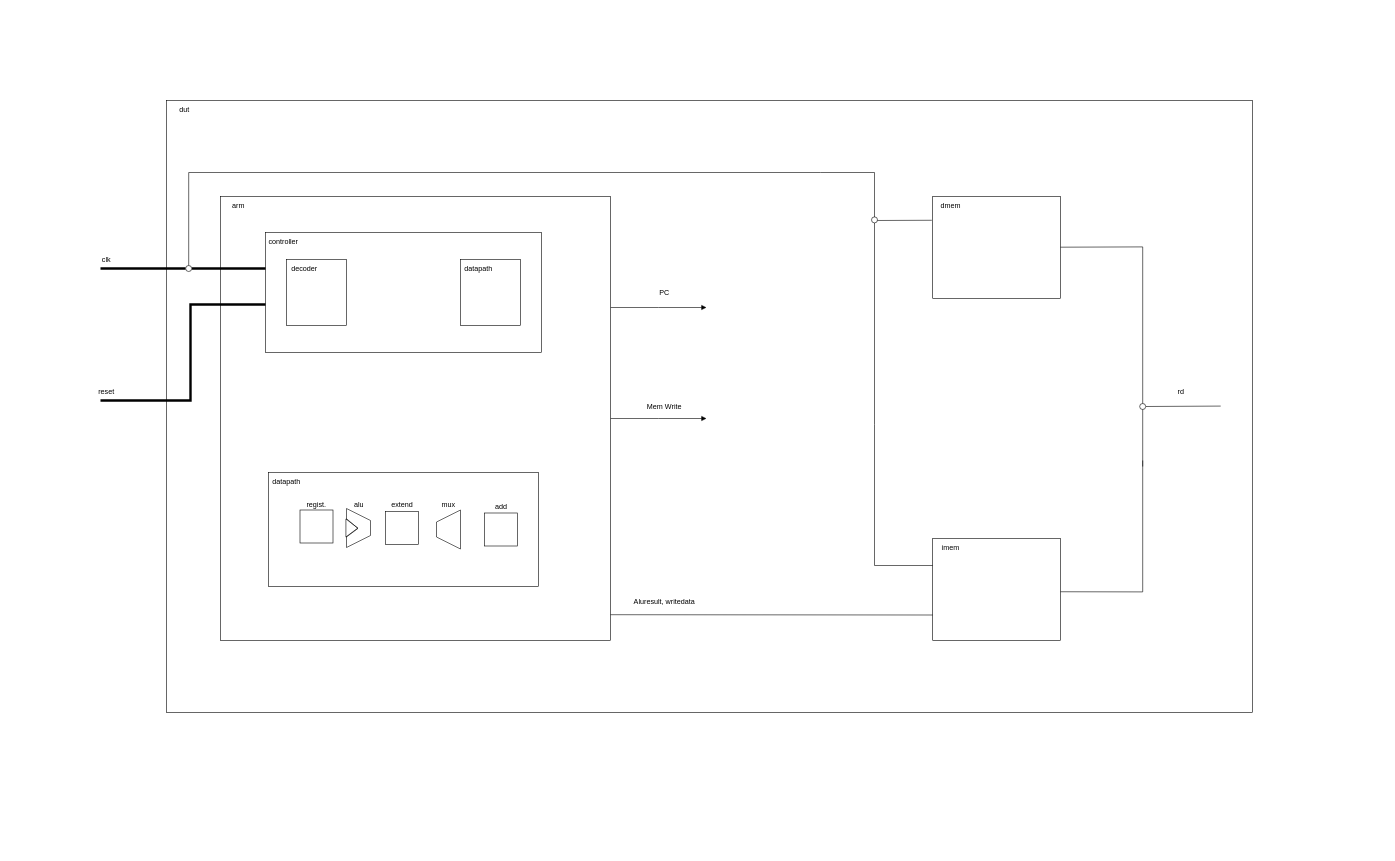
The draw.io diagram trabalho.drawio in DaviMulullo/AOC-diagrama-do-trabalho, before the edit. Source tidied: cells renumbered, new cells numbered last; positions are measured from the earlier drawing's top-left corner, leaving out a move shared by most shapes. Both pictures are drawn from the tidied source at 60%, with x=0, y=0 at pixel (88, 100).
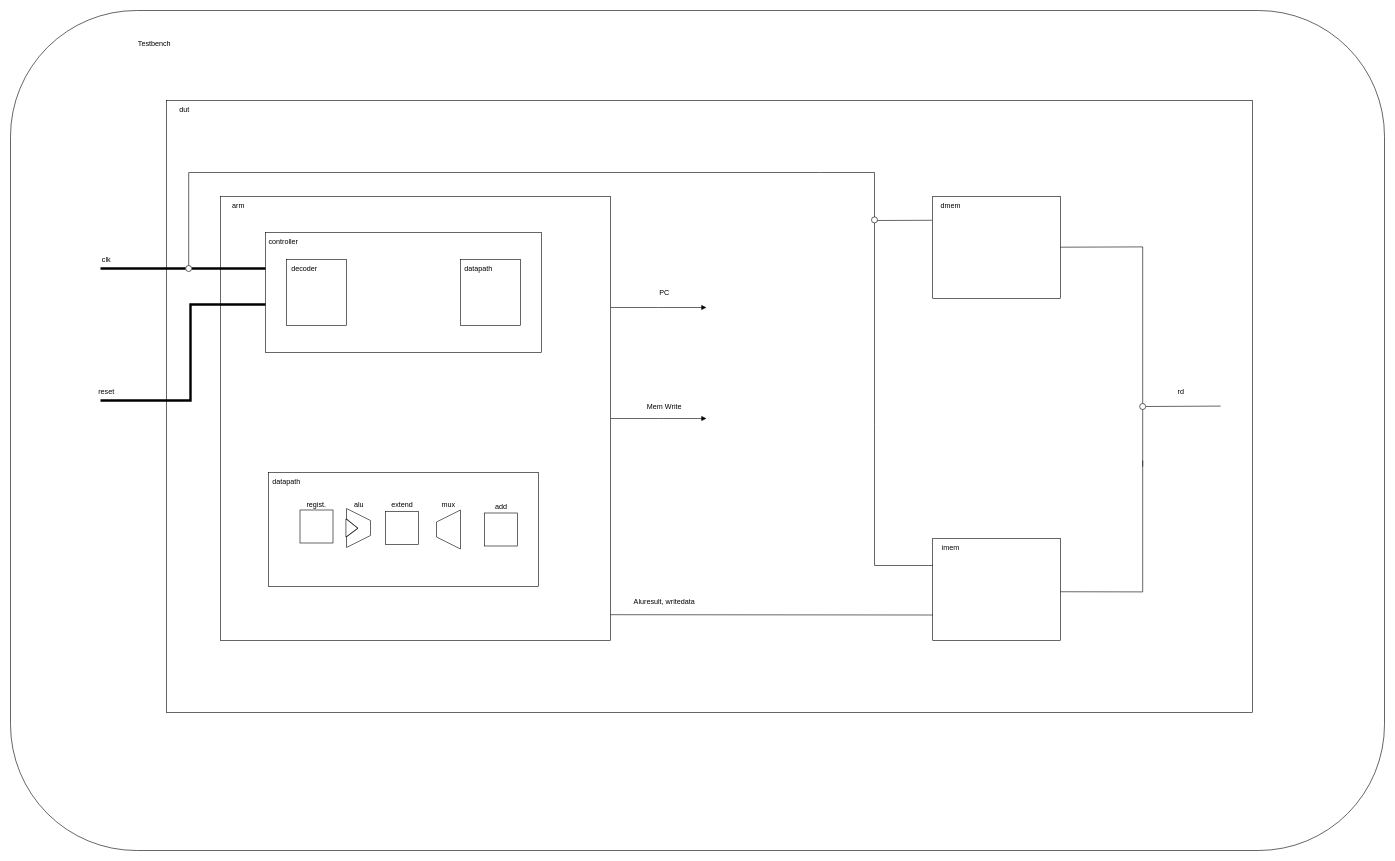
The same diagram, later.

Commit message:
adicionado testbench

Diff of the diagram source:
```diff
@@
+    <mxCell id="52" style="rounded=1;whiteSpace=wrap;html=1;" parent="1" vertex="1">
+      <mxGeometry x="-130" y="-150" width="2290" height="1400" as="geometry" />
+    </mxCell>
@@
+    <mxCell id="53" value="Testbench" style="text;html=1;align=center;verticalAlign=middle;whiteSpace=wrap;rounded=0;" parent="1" vertex="1">
+      <mxGeometry x="60" y="-120" width="100" height="50" as="geometry" />
+    </mxCell>
```
